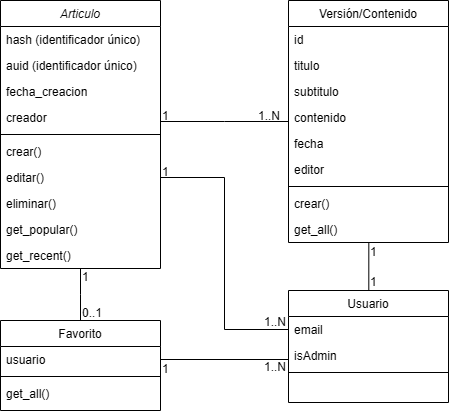
Above: memoria/media/dia-clases.drawio.png in 841723/locatopedia (draw.io), before the change. Source tidied: cells renumbered, new cells last; positions are measured from the earlier drawing's top-left corner, leaving out a move shared by most shapes. Its diagram source:
```xml
<mxGraphModel>
  <root>
    <mxCell id="0" />
    <mxCell id="1" parent="0" />
    <mxCell id="2" value="Articulo" style="swimlane;fontStyle=2;align=center;verticalAlign=top;horizontal=1;startSize=26;rounded=0;shadow=0;strokeWidth=1;" parent="1" vertex="1">
      <mxGeometry width="160" height="268" as="geometry" />
    </mxCell>
    <mxCell id="3" value="hash (identificador único)" style="text;align=left;verticalAlign=top;spacingLeft=4;spacingRight=4;overflow=hidden;" parent="2" vertex="1">
      <mxGeometry y="26" width="160" height="26" as="geometry" />
    </mxCell>
    <mxCell id="4" value="auid (identificador único)" style="text;align=left;verticalAlign=top;spacingLeft=4;spacingRight=4;overflow=hidden;rounded=0;shadow=0;html=0;" parent="2" vertex="1">
      <mxGeometry y="52" width="160" height="26" as="geometry" />
    </mxCell>
    <mxCell id="5" value="fecha_creacion" style="text;align=left;verticalAlign=top;spacingLeft=4;spacingRight=4;overflow=hidden;rounded=0;shadow=0;html=0;" parent="2" vertex="1">
      <mxGeometry y="78" width="160" height="26" as="geometry" />
    </mxCell>
    <mxCell id="6" value="creador" style="text;align=left;verticalAlign=top;spacingLeft=4;spacingRight=4;overflow=hidden;rounded=0;shadow=0;html=0;" parent="2" vertex="1">
      <mxGeometry y="104" width="160" height="26" as="geometry" />
    </mxCell>
    <mxCell id="7" style="line;html=1;strokeWidth=1;align=left;verticalAlign=middle;spacingTop=-1;spacingLeft=3;spacingRight=3;labelPosition=right;" parent="2" vertex="1">
      <mxGeometry y="130" width="160" height="8" as="geometry" />
    </mxCell>
    <mxCell id="8" value="crear()" style="text;align=left;verticalAlign=top;spacingLeft=4;spacingRight=4;overflow=hidden;" parent="2" vertex="1">
      <mxGeometry y="138" width="160" height="26" as="geometry" />
    </mxCell>
    <mxCell id="9" value="editar()" style="text;align=left;verticalAlign=top;spacingLeft=4;spacingRight=4;overflow=hidden;points=[[0,0.5],[1,0.5]];portConstraint=eastwest;" parent="2" vertex="1">
      <mxGeometry y="164" width="160" height="26" as="geometry" />
    </mxCell>
    <mxCell id="10" value="eliminar()" style="text;align=left;verticalAlign=top;spacingLeft=4;spacingRight=4;overflow=hidden;" parent="2" vertex="1">
      <mxGeometry y="190" width="160" height="26" as="geometry" />
    </mxCell>
    <mxCell id="11" value="get_popular()" style="text;align=left;verticalAlign=top;spacingLeft=4;spacingRight=4;overflow=hidden;" parent="2" vertex="1">
      <mxGeometry y="216" width="160" height="26" as="geometry" />
    </mxCell>
    <mxCell id="12" value="get_recent()" style="text;align=left;verticalAlign=top;spacingLeft=4;spacingRight=4;overflow=hidden;" parent="2" vertex="1">
      <mxGeometry y="242" width="160" height="26" as="geometry" />
    </mxCell>
    <mxCell id="13" value="Favorito" style="swimlane;fontStyle=0;align=center;verticalAlign=top;horizontal=1;startSize=26;rounded=0;shadow=0;strokeWidth=1;" parent="1" vertex="1">
      <mxGeometry y="320" width="160" height="90" as="geometry" />
    </mxCell>
    <mxCell id="14" value="usuario" style="text;align=left;verticalAlign=top;spacingLeft=4;spacingRight=4;overflow=hidden;points=[[0,0.5],[1,0.5]];portConstraint=eastwest;" parent="13" vertex="1">
      <mxGeometry y="26" width="160" height="26" as="geometry" />
    </mxCell>
    <mxCell id="15" style="line;html=1;strokeWidth=1;align=left;verticalAlign=middle;spacingTop=-1;spacingLeft=3;spacingRight=3;labelPosition=right;" parent="13" vertex="1">
      <mxGeometry y="52" width="160" height="8" as="geometry" />
    </mxCell>
    <mxCell id="16" value="get_all()" style="text;align=left;verticalAlign=top;spacingLeft=4;spacingRight=4;overflow=hidden;" parent="13" vertex="1">
      <mxGeometry y="60" width="160" height="26" as="geometry" />
    </mxCell>
    <mxCell id="17" style="endArrow=none;endFill=0;shadow=0;strokeWidth=1;rounded=0;curved=0;edgeStyle=elbowEdgeStyle;elbow=vertical;startFill=0;" parent="1" edge="1" source="13" target="2">
      <mxGeometry relative="1" as="geometry" />
    </mxCell>
    <mxCell id="18" value="Versión/Contenido" style="swimlane;fontStyle=0;align=center;verticalAlign=top;horizontal=1;startSize=26;rounded=0;shadow=0;strokeWidth=1;" parent="1" vertex="1">
      <mxGeometry x="288" width="160" height="242" as="geometry" />
    </mxCell>
    <mxCell id="19" value="id" style="text;align=left;verticalAlign=top;spacingLeft=4;spacingRight=4;overflow=hidden;" parent="18" vertex="1">
      <mxGeometry y="26" width="160" height="26" as="geometry" />
    </mxCell>
    <mxCell id="20" value="titulo" style="text;align=left;verticalAlign=top;spacingLeft=4;spacingRight=4;overflow=hidden;rounded=0;shadow=0;html=0;" parent="18" vertex="1">
      <mxGeometry y="52" width="160" height="26" as="geometry" />
    </mxCell>
    <mxCell id="21" value="subtitulo" style="text;align=left;verticalAlign=top;spacingLeft=4;spacingRight=4;overflow=hidden;rounded=0;shadow=0;html=0;" parent="18" vertex="1">
      <mxGeometry y="78" width="160" height="26" as="geometry" />
    </mxCell>
    <mxCell id="22" value="contenido" style="text;align=left;verticalAlign=top;spacingLeft=4;spacingRight=4;overflow=hidden;rounded=0;shadow=0;html=0;" parent="18" vertex="1">
      <mxGeometry y="104" width="160" height="26" as="geometry" />
    </mxCell>
    <mxCell id="23" value="fecha" style="text;align=left;verticalAlign=top;spacingLeft=4;spacingRight=4;overflow=hidden;rounded=0;shadow=0;html=0;" parent="18" vertex="1">
      <mxGeometry y="130" width="160" height="26" as="geometry" />
    </mxCell>
    <mxCell id="24" value="editor" style="text;align=left;verticalAlign=top;spacingLeft=4;spacingRight=4;overflow=hidden;rounded=0;shadow=0;html=0;" parent="18" vertex="1">
      <mxGeometry y="156" width="160" height="26" as="geometry" />
    </mxCell>
    <mxCell id="25" style="line;html=1;strokeWidth=1;align=left;verticalAlign=middle;spacingTop=-1;spacingLeft=3;spacingRight=3;labelPosition=right;" parent="18" vertex="1">
      <mxGeometry y="182" width="160" height="8" as="geometry" />
    </mxCell>
    <mxCell id="26" value="crear()" style="text;align=left;verticalAlign=top;spacingLeft=4;spacingRight=4;overflow=hidden;" parent="18" vertex="1">
      <mxGeometry y="190" width="160" height="26" as="geometry" />
    </mxCell>
    <mxCell id="27" value="get_all()" style="text;align=left;verticalAlign=top;spacingLeft=4;spacingRight=4;overflow=hidden;points=[[0,0.5],[1,0.5]];portConstraint=eastwest;" parent="18" vertex="1">
      <mxGeometry y="216" width="160" height="26" as="geometry" />
    </mxCell>
    <mxCell id="28" style="endArrow=none;shadow=0;strokeWidth=1;rounded=0;curved=0;endFill=1;edgeStyle=elbowEdgeStyle;elbow=vertical;startFill=0;" parent="1" edge="1" source="2" target="18">
      <mxGeometry x="0.5" y="41" relative="1" as="geometry">
        <mxPoint x="-40" y="32" as="offset" />
      </mxGeometry>
    </mxCell>
    <mxCell id="29" value="1" style="align=left;verticalAlign=bottom;labelBackgroundColor=none;fontSize=12;" parent="28" vertex="1">
      <mxGeometry x="-1" relative="1" as="geometry">
        <mxPoint y="3" as="offset" />
      </mxGeometry>
    </mxCell>
    <mxCell id="30" value="1..N" style="align=right;verticalAlign=bottom;labelBackgroundColor=none;fontSize=12;" parent="28" vertex="1">
      <mxGeometry x="1" relative="1" as="geometry">
        <mxPoint x="-7" y="3" as="offset" />
      </mxGeometry>
    </mxCell>
    <mxCell id="31" style="edgeStyle=orthogonalEdgeStyle;rounded=0;jettySize=auto;html=1;exitX=0.5;exitY=0;exitDx=0;exitDy=0;entryX=0.502;entryY=1.016;entryDx=0;entryDy=0;entryPerimeter=0;endArrow=none;startFill=0;" parent="1" edge="1" source="32" target="27">
      <mxGeometry relative="1" as="geometry">
        <Array as="points">
          <mxPoint x="368" y="242" />
        </Array>
      </mxGeometry>
    </mxCell>
    <mxCell id="32" value="Usuario" style="swimlane;fontStyle=0;align=center;verticalAlign=top;horizontal=1;startSize=26;rounded=0;shadow=0;strokeWidth=1;" parent="1" vertex="1">
      <mxGeometry x="288" y="290" width="160" height="112" as="geometry" />
    </mxCell>
    <mxCell id="33" value="email" style="text;align=left;verticalAlign=top;spacingLeft=4;spacingRight=4;overflow=hidden;points=[[0,0.5],[1,0.5]];portConstraint=eastwest;" parent="32" vertex="1">
      <mxGeometry y="26" width="160" height="26" as="geometry" />
    </mxCell>
    <mxCell id="34" value="isAdmin" style="text;align=left;verticalAlign=top;spacingLeft=4;spacingRight=4;overflow=hidden;points=[[0,0.5],[1,0.5]];portConstraint=eastwest;" parent="32" vertex="1">
      <mxGeometry y="52" width="160" height="26" as="geometry" />
    </mxCell>
    <mxCell id="35" style="line;html=1;strokeWidth=1;align=left;verticalAlign=middle;spacingTop=-1;spacingLeft=3;spacingRight=3;labelPosition=right;" parent="32" vertex="1">
      <mxGeometry y="78" width="160" height="8" as="geometry" />
    </mxCell>
    <mxCell id="36" style="edgeStyle=orthogonalEdgeStyle;rounded=0;jettySize=auto;html=1;exitX=0;exitY=0.5;exitDx=0;exitDy=0;entryX=1;entryY=0.5;entryDx=0;entryDy=0;endArrow=none;startFill=0;" parent="1" edge="1" source="34" target="14">
      <mxGeometry relative="1" as="geometry">
        <Array as="points">
          <mxPoint x="288" y="359" />
        </Array>
      </mxGeometry>
    </mxCell>
    <mxCell id="37" style="edgeStyle=orthogonalEdgeStyle;rounded=0;jettySize=auto;html=1;exitX=0;exitY=0.5;exitDx=0;exitDy=0;entryX=1;entryY=0.5;entryDx=0;entryDy=0;endArrow=none;startFill=0;" parent="1" edge="1" source="33" target="9">
      <mxGeometry relative="1" as="geometry" />
    </mxCell>
    <mxCell id="38" value="1" style="align=left;verticalAlign=bottom;labelBackgroundColor=none;fontSize=12;" parent="1" vertex="1">
      <mxGeometry x="160" y="180" as="geometry" />
    </mxCell>
    <mxCell id="39" value="1..N" style="align=left;verticalAlign=bottom;labelBackgroundColor=none;fontSize=12;" parent="1" vertex="1">
      <mxGeometry x="262" y="330" as="geometry" />
    </mxCell>
    <mxCell id="40" value="1" style="align=left;verticalAlign=bottom;labelBackgroundColor=none;fontSize=12;" parent="1" vertex="1">
      <mxGeometry x="368" y="260" as="geometry" />
    </mxCell>
    <mxCell id="41" value="1" style="align=left;verticalAlign=bottom;labelBackgroundColor=none;fontSize=12;" parent="1" vertex="1">
      <mxGeometry x="368" y="290" as="geometry" />
    </mxCell>
    <mxCell id="42" value="1" style="align=left;verticalAlign=bottom;labelBackgroundColor=none;fontSize=12;" parent="1" vertex="1">
      <mxGeometry x="80" y="285" as="geometry" />
    </mxCell>
    <mxCell id="43" value="0..1" style="align=left;verticalAlign=bottom;labelBackgroundColor=none;fontSize=12;" parent="1" vertex="1">
      <mxGeometry x="80" y="321" as="geometry" />
    </mxCell>
    <mxCell id="44" value="1" style="align=left;verticalAlign=bottom;labelBackgroundColor=none;fontSize=12;" parent="1" vertex="1">
      <mxGeometry x="160" y="377" as="geometry" />
    </mxCell>
    <mxCell id="45" value="1..N" style="align=left;verticalAlign=bottom;labelBackgroundColor=none;fontSize=12;" parent="1" vertex="1">
      <mxGeometry x="262" y="375" as="geometry" />
    </mxCell>
  </root>
</mxGraphModel>
```
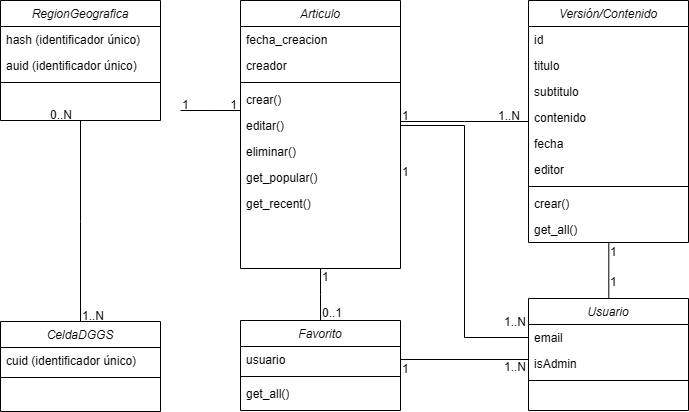
The same diagram one commit later.

The edit, as a diff of the source:
```diff
@@ -5,37 +5,31 @@
     <mxCell id="2" value="Articulo" style="swimlane;fontStyle=2;align=center;verticalAlign=top;horizontal=1;startSize=26;rounded=0;shadow=0;strokeWidth=1;" parent="1" vertex="1">
       <mxGeometry width="160" height="268" as="geometry" />
     </mxCell>
-    <mxCell id="3" value="hash (identificador único)" style="text;align=left;verticalAlign=top;spacingLeft=4;spacingRight=4;overflow=hidden;" parent="2" vertex="1">
-      <mxGeometry y="26" width="160" height="26" as="geometry" />
-    </mxCell>
-    <mxCell id="4" value="auid (identificador único)" style="text;align=left;verticalAlign=top;spacingLeft=4;spacingRight=4;overflow=hidden;rounded=0;shadow=0;html=0;" parent="2" vertex="1">
-      <mxGeometry y="52" width="160" height="26" as="geometry" />
-    </mxCell>
     <mxCell id="5" value="fecha_creacion" style="text;align=left;verticalAlign=top;spacingLeft=4;spacingRight=4;overflow=hidden;rounded=0;shadow=0;html=0;" parent="2" vertex="1">
-      <mxGeometry y="78" width="160" height="26" as="geometry" />
+      <mxGeometry y="26" width="160" height="26" as="geometry" />
     </mxCell>
     <mxCell id="6" value="creador" style="text;align=left;verticalAlign=top;spacingLeft=4;spacingRight=4;overflow=hidden;rounded=0;shadow=0;html=0;" parent="2" vertex="1">
-      <mxGeometry y="104" width="160" height="26" as="geometry" />
+      <mxGeometry y="52" width="160" height="26" as="geometry" />
     </mxCell>
     <mxCell id="7" style="line;html=1;strokeWidth=1;align=left;verticalAlign=middle;spacingTop=-1;spacingLeft=3;spacingRight=3;labelPosition=right;" parent="2" vertex="1">
-      <mxGeometry y="130" width="160" height="8" as="geometry" />
+      <mxGeometry y="78" width="160" height="8" as="geometry" />
     </mxCell>
     <mxCell id="8" value="crear()" style="text;align=left;verticalAlign=top;spacingLeft=4;spacingRight=4;overflow=hidden;" parent="2" vertex="1">
-      <mxGeometry y="138" width="160" height="26" as="geometry" />
+      <mxGeometry y="86" width="160" height="26" as="geometry" />
     </mxCell>
     <mxCell id="9" value="editar()" style="text;align=left;verticalAlign=top;spacingLeft=4;spacingRight=4;overflow=hidden;points=[[0,0.5],[1,0.5]];portConstraint=eastwest;" parent="2" vertex="1">
-      <mxGeometry y="164" width="160" height="26" as="geometry" />
+      <mxGeometry y="112" width="160" height="26" as="geometry" />
     </mxCell>
     <mxCell id="10" value="eliminar()" style="text;align=left;verticalAlign=top;spacingLeft=4;spacingRight=4;overflow=hidden;" parent="2" vertex="1">
-      <mxGeometry y="190" width="160" height="26" as="geometry" />
+      <mxGeometry y="138" width="160" height="26" as="geometry" />
     </mxCell>
     <mxCell id="11" value="get_popular()" style="text;align=left;verticalAlign=top;spacingLeft=4;spacingRight=4;overflow=hidden;" parent="2" vertex="1">
-      <mxGeometry y="216" width="160" height="26" as="geometry" />
+      <mxGeometry y="164" width="160" height="26" as="geometry" />
     </mxCell>
     <mxCell id="12" value="get_recent()" style="text;align=left;verticalAlign=top;spacingLeft=4;spacingRight=4;overflow=hidden;" parent="2" vertex="1">
-      <mxGeometry y="242" width="160" height="26" as="geometry" />
+      <mxGeometry y="190" width="160" height="26" as="geometry" />
     </mxCell>
-    <mxCell id="13" value="Favorito" style="swimlane;fontStyle=0;align=center;verticalAlign=top;horizontal=1;startSize=26;rounded=0;shadow=0;strokeWidth=1;" parent="1" vertex="1">
+    <mxCell id="13" value="Favorito" style="swimlane;fontStyle=2;align=center;verticalAlign=top;horizontal=1;startSize=26;rounded=0;shadow=0;strokeWidth=1;" parent="1" vertex="1">
       <mxGeometry y="320" width="160" height="90" as="geometry" />
     </mxCell>
     <mxCell id="14" value="usuario" style="text;align=left;verticalAlign=top;spacingLeft=4;spacingRight=4;overflow=hidden;points=[[0,0.5],[1,0.5]];portConstraint=eastwest;" parent="13" vertex="1">
@@ -50,7 +44,7 @@
     <mxCell id="17" style="endArrow=none;endFill=0;shadow=0;strokeWidth=1;rounded=0;curved=0;edgeStyle=elbowEdgeStyle;elbow=vertical;startFill=0;" parent="1" edge="1" source="13" target="2">
       <mxGeometry relative="1" as="geometry" />
     </mxCell>
-    <mxCell id="18" value="Versión/Contenido" style="swimlane;fontStyle=0;align=center;verticalAlign=top;horizontal=1;startSize=26;rounded=0;shadow=0;strokeWidth=1;" parent="1" vertex="1">
+    <mxCell id="18" value="Versión/Contenido" style="swimlane;fontStyle=2;align=center;verticalAlign=top;horizontal=1;startSize=26;rounded=0;shadow=0;strokeWidth=1;" parent="1" vertex="1">
       <mxGeometry x="288" width="160" height="242" as="geometry" />
     </mxCell>
     <mxCell id="19" value="id" style="text;align=left;verticalAlign=top;spacingLeft=4;spacingRight=4;overflow=hidden;" parent="18" vertex="1">
@@ -102,8 +96,8 @@
         </Array>
       </mxGeometry>
     </mxCell>
-    <mxCell id="32" value="Usuario" style="swimlane;fontStyle=0;align=center;verticalAlign=top;horizontal=1;startSize=26;rounded=0;shadow=0;strokeWidth=1;" parent="1" vertex="1">
-      <mxGeometry x="288" y="290" width="160" height="112" as="geometry" />
+    <mxCell id="32" value="Usuario" style="swimlane;fontStyle=2;align=center;verticalAlign=top;horizontal=1;startSize=26;rounded=0;shadow=0;strokeWidth=1;" parent="1" vertex="1">
+      <mxGeometry x="288" y="298" width="160" height="112" as="geometry" />
     </mxCell>
     <mxCell id="33" value="email" style="text;align=left;verticalAlign=top;spacingLeft=4;spacingRight=4;overflow=hidden;points=[[0,0.5],[1,0.5]];portConstraint=eastwest;" parent="32" vertex="1">
       <mxGeometry y="26" width="160" height="26" as="geometry" />
@@ -148,5 +142,58 @@
     <mxCell id="45" value="1..N" style="align=left;verticalAlign=bottom;labelBackgroundColor=none;fontSize=12;" parent="1" vertex="1">
       <mxGeometry x="262" y="375" as="geometry" />
     </mxCell>
+    <mxCell id="46" value="CeldaDGGS" style="swimlane;fontStyle=2;align=center;verticalAlign=top;horizontal=1;startSize=26;rounded=0;shadow=0;strokeWidth=1;" parent="1" vertex="1">
+      <mxGeometry x="-240" y="321" width="160" height="90" as="geometry" />
+    </mxCell>
+    <mxCell id="47" value="cuid (identificador único)" style="text;align=left;verticalAlign=top;spacingLeft=4;spacingRight=4;overflow=hidden;" parent="46" vertex="1">
+      <mxGeometry y="26" width="160" height="26" as="geometry" />
+    </mxCell>
+    <mxCell id="48" style="line;html=1;strokeWidth=1;align=left;verticalAlign=middle;spacingTop=-1;spacingLeft=3;spacingRight=3;labelPosition=right;" parent="46" vertex="1">
+      <mxGeometry y="52" width="160" height="8" as="geometry" />
+    </mxCell>
+    <mxCell id="49" value="RegionGeografica" style="swimlane;fontStyle=2;align=center;verticalAlign=top;horizontal=1;startSize=26;rounded=0;shadow=0;strokeWidth=1;" parent="1" vertex="1">
+      <mxGeometry x="-240" width="160" height="120" as="geometry" />
+    </mxCell>
+    <mxCell id="3" value="hash (identificador único)" style="text;align=left;verticalAlign=top;spacingLeft=4;spacingRight=4;overflow=hidden;" parent="49" vertex="1">
+      <mxGeometry y="26" width="160" height="26" as="geometry" />
+    </mxCell>
+    <mxCell id="4" value="auid (identificador único)" style="text;align=left;verticalAlign=top;spacingLeft=4;spacingRight=4;overflow=hidden;" parent="49" vertex="1">
+      <mxGeometry y="52" width="160" height="26" as="geometry" />
+    </mxCell>
+    <mxCell id="50" style="line;html=1;strokeWidth=1;align=left;verticalAlign=middle;spacingTop=-1;spacingLeft=3;spacingRight=3;labelPosition=right;" parent="49" vertex="1">
+      <mxGeometry y="78" width="160" height="8" as="geometry" />
+    </mxCell>
+    <mxCell id="51" style="endArrow=none;shadow=0;strokeWidth=1;rounded=0;curved=0;endFill=1;edgeStyle=elbowEdgeStyle;elbow=vertical;startFill=0;" parent="1" edge="1">
+      <mxGeometry x="0.5" y="41" relative="1" as="geometry">
+        <mxPoint x="-60" y="110" as="sourcePoint" />
+        <mxPoint y="110" as="targetPoint" />
+        <mxPoint x="-40" y="32" as="offset" />
+      </mxGeometry>
+    </mxCell>
+    <mxCell id="52" value="1" style="align=left;verticalAlign=bottom;labelBackgroundColor=none;fontSize=12;" parent="51" vertex="1">
+      <mxGeometry x="-1" relative="1" as="geometry">
+        <mxPoint y="3" as="offset" />
+      </mxGeometry>
+    </mxCell>
+    <mxCell id="53" value="1" style="align=right;verticalAlign=bottom;labelBackgroundColor=none;fontSize=12;" parent="51" vertex="1">
+      <mxGeometry x="1" relative="1" as="geometry">
+        <mxPoint x="-2" y="3" as="offset" />
+      </mxGeometry>
+    </mxCell>
+    <mxCell id="54" style="endArrow=none;shadow=0;strokeWidth=1;rounded=0;curved=0;endFill=1;edgeStyle=elbowEdgeStyle;elbow=vertical;startFill=0;entryX=0.5;entryY=1;entryDx=0;entryDy=0;exitX=0.5;exitY=0;exitDx=0;exitDy=0;" parent="1" edge="1" source="46" target="49">
+      <mxGeometry x="0.5" y="41" relative="1" as="geometry">
+        <mxPoint x="-40" y="32" as="offset" />
+      </mxGeometry>
+    </mxCell>
+    <mxCell id="55" value="1..N" style="align=left;verticalAlign=bottom;labelBackgroundColor=none;fontSize=12;" parent="54" vertex="1">
+      <mxGeometry x="-1" relative="1" as="geometry">
+        <mxPoint y="3" as="offset" />
+      </mxGeometry>
+    </mxCell>
+    <mxCell id="56" value="0..N" style="align=right;verticalAlign=bottom;labelBackgroundColor=none;fontSize=12;" parent="54" vertex="1">
+      <mxGeometry x="1" relative="1" as="geometry">
+        <mxPoint x="-7" y="3" as="offset" />
+      </mxGeometry>
+    </mxCell>
   </root>
 </mxGraphModel>
```
